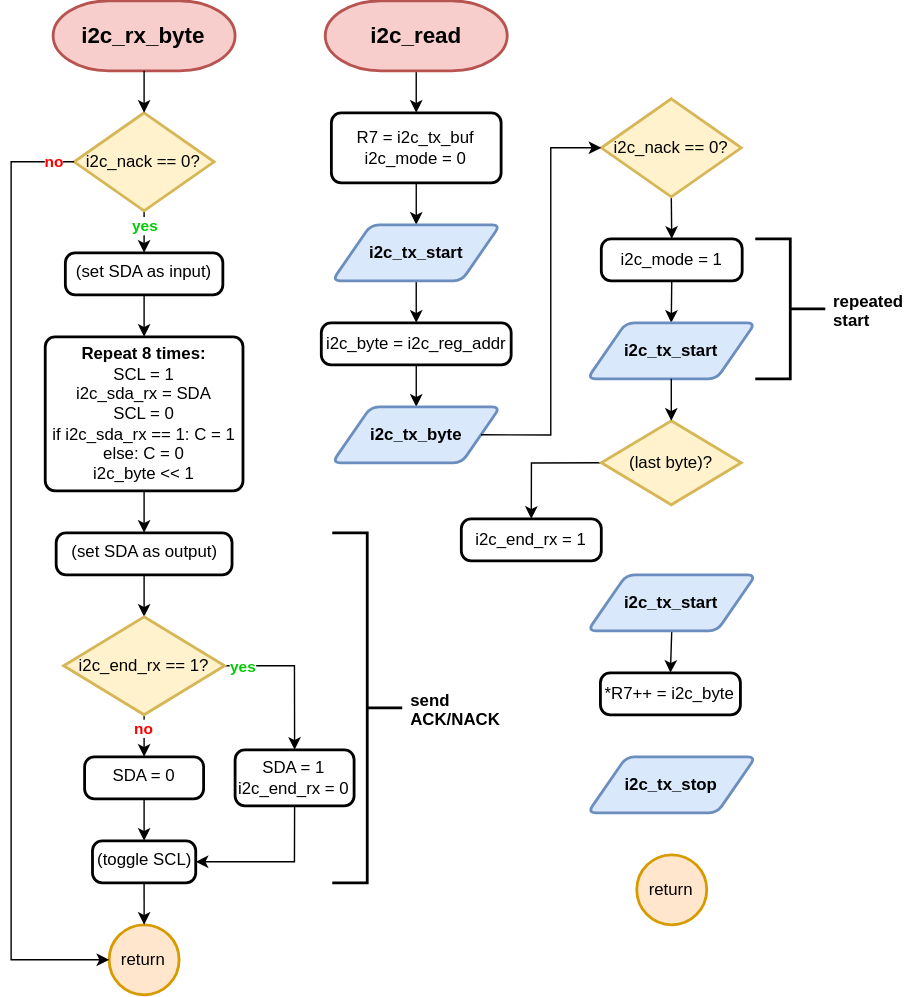
rdupu13/gortos keeps this draw.io diagram as docs/assets/i2cbb_flowchart3.svg. Above is the earlier version. Source tidied: cells renumbered, new cells last; positions are measured from the earlier drawing's top-left corner, leaving out a move shared by most shapes.
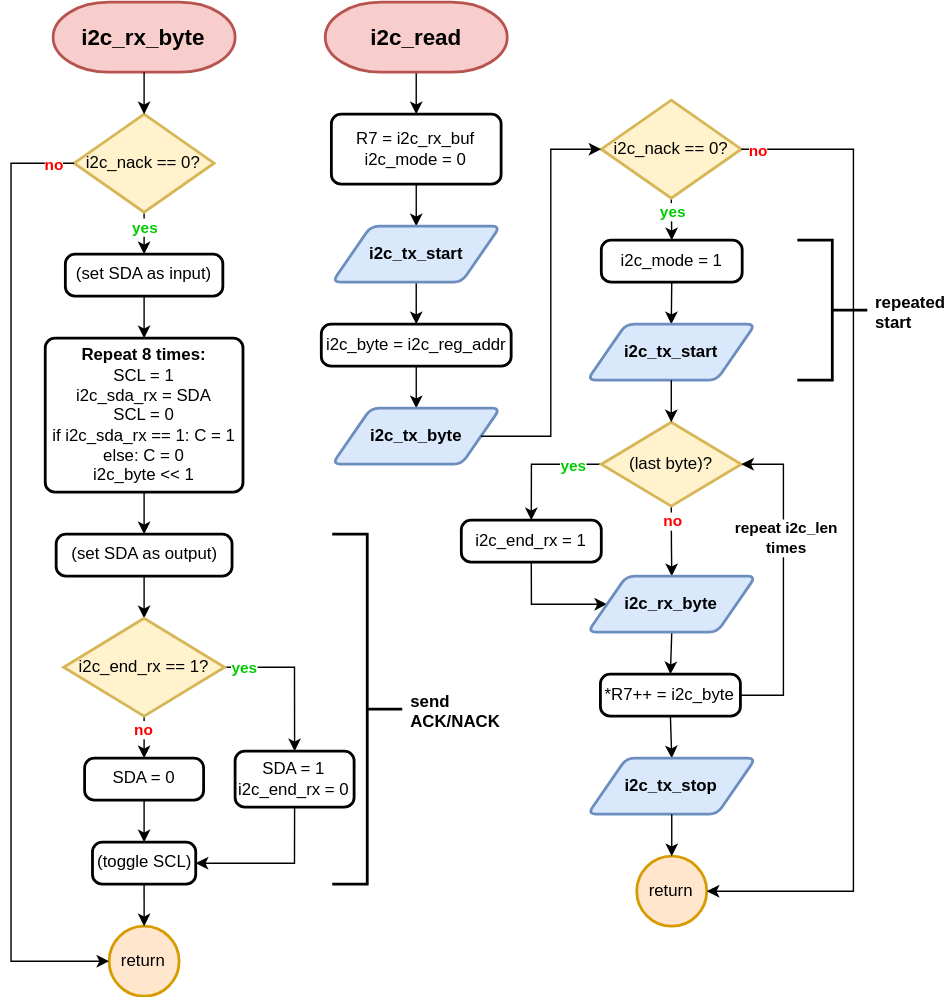
After the change.

Commit message:
fixed stupid flowchart

What changed in the source:
```diff
@@ -97,7 +97,7 @@
     <mxCell id="29" style="edgeStyle=orthogonalEdgeStyle;rounded=0;jettySize=auto;html=1;exitX=0.5;exitY=1;exitDx=0;exitDy=0;entryX=0.5;entryY=0;entryDx=0;entryDy=0;" parent="1" edge="1" source="30" target="32">
       <mxGeometry relative="1" as="geometry" />
     </mxCell>
-    <mxCell id="30" value="R7 = i2c_tx_buf&lt;br&gt;i2c_mode = 0" style="rounded=1;whiteSpace=wrap;html=1;absoluteArcSize=1;arcSize=14;strokeWidth=2;verticalAlign=middle;align=center;" parent="1" vertex="1">
+    <mxCell id="30" value="R7 = i2c_rx_buf&lt;br&gt;i2c_mode = 0" style="rounded=1;whiteSpace=wrap;html=1;absoluteArcSize=1;arcSize=14;strokeWidth=2;verticalAlign=middle;align=center;" parent="1" vertex="1">
       <mxGeometry x="229.2" y="80" width="121.2" height="50" as="geometry" />
     </mxCell>
     <mxCell id="31" style="edgeStyle=orthogonalEdgeStyle;rounded=0;jettySize=auto;html=1;exitX=0.5;exitY=1;exitDx=0;exitDy=0;entryX=0.5;entryY=0;entryDx=0;entryDy=0;" parent="1" edge="1" source="32" target="34">
@@ -115,62 +115,117 @@
     <mxCell id="35" value="i2c_tx_byte" style="shape=parallelogram;html=1;strokeWidth=2;perimeter=parallelogramPerimeter;whiteSpace=wrap;rounded=1;arcSize=12;size=0.23;fontStyle=1;fillColor=#dae8fc;strokeColor=#6c8ebf;" parent="1" vertex="1">
       <mxGeometry x="229.8" y="290" width="120" height="40" as="geometry" />
     </mxCell>
-    <mxCell id="36" style="edgeStyle=orthogonalEdgeStyle;rounded=0;jettySize=auto;html=1;exitX=0.5;exitY=1;exitDx=0;exitDy=0;exitPerimeter=0;entryX=0.5;entryY=0;entryDx=0;entryDy=0;" parent="1" edge="1" source="37" target="39">
+    <mxCell id="36" style="edgeStyle=orthogonalEdgeStyle;rounded=0;jettySize=auto;html=1;exitX=0.5;exitY=1;exitDx=0;exitDy=0;exitPerimeter=0;entryX=0.5;entryY=0;entryDx=0;entryDy=0;" parent="1" edge="1" source="38" target="40">
       <mxGeometry relative="1" as="geometry" />
     </mxCell>
-    <mxCell id="37" value="i2c_nack == 0?" style="strokeWidth=2;html=1;shape=mxgraph.flowchart.decision;whiteSpace=wrap;fillColor=#fff2cc;strokeColor=#d6b656;" parent="1" vertex="1">
-      <mxGeometry x="422" y="70" width="100" height="70" as="geometry" />
+    <mxCell id="37" value="&lt;b&gt;&lt;font style=&quot;color: rgb(0, 204, 0);&quot;&gt;yes&lt;/font&gt;&lt;/b&gt;" style="edgeLabel;html=1;align=center;verticalAlign=middle;points=[];" parent="36" vertex="1">
+      <mxGeometry x="-0.49" y="2" relative="1" as="geometry">
+        <mxPoint x="-2" y="2" as="offset" />
+      </mxGeometry>
     </mxCell>
-    <mxCell id="38" style="edgeStyle=orthogonalEdgeStyle;rounded=0;jettySize=auto;html=1;exitX=0.5;exitY=1;exitDx=0;exitDy=0;entryX=0.5;entryY=0;entryDx=0;entryDy=0;" parent="1" edge="1" source="39" target="40">
-      <mxGeometry relative="1" as="geometry" />
+    <mxCell id="38" value="i2c_nack == 0?" style="strokeWidth=2;html=1;shape=mxgraph.flowchart.decision;whiteSpace=wrap;fillColor=#fff2cc;strokeColor=#d6b656;" parent="1" vertex="1">
+      <mxGeometry x="422" y="70" width="100" height="70" as="geometry" />
     </mxCell>
-    <mxCell id="39" value="i2c_mode = 1" style="rounded=1;whiteSpace=wrap;html=1;absoluteArcSize=1;arcSize=14;strokeWidth=2;verticalAlign=middle;align=center;" parent="1" vertex="1">
-      <mxGeometry x="422" y="170" width="100.6" height="30" as="geometry" />
+    <mxCell id="39" style="edgeStyle=orthogonalEdgeStyle;rounded=0;jettySize=auto;html=1;exitX=0.5;exitY=1;exitDx=0;exitDy=0;entryX=0.5;entryY=0;entryDx=0;entryDy=0;" parent="1" edge="1" source="40" target="41">
+      <mxGeometry relative="1" as="geometry" />
     </mxCell>
-    <mxCell id="40" value="i2c_tx_start" style="shape=parallelogram;html=1;strokeWidth=2;perimeter=parallelogramPerimeter;whiteSpace=wrap;rounded=1;arcSize=12;size=0.23;fontStyle=1;fillColor=#dae8fc;strokeColor=#6c8ebf;" parent="1" vertex="1">
-      <mxGeometry x="412" y="230" width="120" height="40" as="geometry" />
+    <mxCell id="40" value="i2c_mode = 1" style="rounded=1;whiteSpace=wrap;html=1;absoluteArcSize=1;arcSize=14;strokeWidth=2;verticalAlign=middle;align=center;" parent="1" vertex="1">
+      <mxGeometry x="422" y="170" width="100.6" height="30" as="geometry" />
     </mxCell>
-    <mxCell id="41" style="edgeStyle=orthogonalEdgeStyle;rounded=0;jettySize=auto;html=1;exitX=1;exitY=0.5;exitDx=0;exitDy=0;entryX=0;entryY=0.5;entryDx=0;entryDy=0;entryPerimeter=0;" parent="1" edge="1" source="35" target="37">
-      <mxGeometry relative="1" as="geometry" />
+    <mxCell id="41" value="i2c_tx_start" style="shape=parallelogram;html=1;strokeWidth=2;perimeter=parallelogramPerimeter;whiteSpace=wrap;rounded=1;arcSize=12;size=0.23;fontStyle=1;fillColor=#dae8fc;strokeColor=#6c8ebf;" parent="1" vertex="1">
+      <mxGeometry x="412" y="230" width="120" height="40" as="geometry" />
     </mxCell>
-    <mxCell id="42" style="edgeStyle=orthogonalEdgeStyle;rounded=0;jettySize=auto;html=1;exitX=0;exitY=0.5;exitDx=0;exitDy=0;exitPerimeter=0;entryX=0.5;entryY=0;entryDx=0;entryDy=0;" parent="1" edge="1" source="43" target="46">
+    <mxCell id="42" style="edgeStyle=orthogonalEdgeStyle;rounded=0;jettySize=auto;html=1;exitX=1;exitY=0.5;exitDx=0;exitDy=0;entryX=0;entryY=0.5;entryDx=0;entryDy=0;entryPerimeter=0;" parent="1" edge="1" source="35" target="38">
       <mxGeometry relative="1" as="geometry" />
     </mxCell>
-    <mxCell id="43" value="(last byte)?" style="strokeWidth=2;html=1;shape=mxgraph.flowchart.decision;whiteSpace=wrap;fillColor=#fff2cc;strokeColor=#d6b656;" parent="1" vertex="1">
-      <mxGeometry x="422" y="300" width="100" height="60" as="geometry" />
+    <mxCell id="43" style="edgeStyle=orthogonalEdgeStyle;rounded=0;jettySize=auto;html=1;exitX=0;exitY=0.5;exitDx=0;exitDy=0;exitPerimeter=0;entryX=0.5;entryY=0;entryDx=0;entryDy=0;" parent="1" edge="1" source="47" target="51">
+      <mxGeometry relative="1" as="geometry" />
     </mxCell>
-    <mxCell id="44" value="return" style="strokeWidth=2;html=1;shape=mxgraph.flowchart.start_2;whiteSpace=wrap;fillColor=#ffe6cc;strokeColor=#d79b00;" parent="1" vertex="1">
-      <mxGeometry x="447.3" y="610" width="50" height="50" as="geometry" />
+    <mxCell id="44" value="&lt;b&gt;yes&lt;/b&gt;" style="edgeLabel;html=1;align=center;verticalAlign=middle;fontColor=#00CC00;" parent="43" vertex="1">
+      <mxGeometry x="-0.77" y="2" relative="1" as="geometry">
+        <mxPoint x="-10" y="-2" as="offset" />
+      </mxGeometry>
     </mxCell>
-    <mxCell id="45" style="edgeStyle=orthogonalEdgeStyle;rounded=0;jettySize=auto;html=1;exitX=0.5;exitY=1;exitDx=0;exitDy=0;entryX=0.5;entryY=0;entryDx=0;entryDy=0;entryPerimeter=0;" parent="1" edge="1" source="40" target="43">
+    <mxCell id="45" style="edgeStyle=orthogonalEdgeStyle;rounded=0;jettySize=auto;html=1;exitX=0.5;exitY=1;exitDx=0;exitDy=0;exitPerimeter=0;entryX=0.5;entryY=0;entryDx=0;entryDy=0;" parent="1" edge="1" source="47" target="55">
       <mxGeometry relative="1" as="geometry" />
     </mxCell>
-    <mxCell id="46" value="i2c_end_rx = 1" style="rounded=1;whiteSpace=wrap;html=1;absoluteArcSize=1;arcSize=14;strokeWidth=2;verticalAlign=middle;align=center;" parent="1" vertex="1">
-      <mxGeometry x="322" y="370" width="100" height="30" as="geometry" />
+    <mxCell id="46" value="&lt;b&gt;no&lt;/b&gt;" style="edgeLabel;html=1;align=center;verticalAlign=middle;points=[];fontColor=#FF0000;" parent="45" vertex="1">
+      <mxGeometry x="-0.4" y="2" relative="1" as="geometry">
+        <mxPoint x="-2" y="-5" as="offset" />
+      </mxGeometry>
     </mxCell>
-    <mxCell id="47" value="*R7++ = i2c_byte" style="rounded=1;whiteSpace=wrap;html=1;absoluteArcSize=1;arcSize=14;strokeWidth=2;verticalAlign=middle;align=center;" parent="1" vertex="1">
-      <mxGeometry x="421.4" y="480" width="100" height="30" as="geometry" />
+    <mxCell id="47" value="(last byte)?" style="strokeWidth=2;html=1;shape=mxgraph.flowchart.decision;whiteSpace=wrap;fillColor=#fff2cc;strokeColor=#d6b656;" parent="1" vertex="1">
+      <mxGeometry x="422" y="300" width="100" height="60" as="geometry" />
     </mxCell>
-    <mxCell id="48" style="edgeStyle=orthogonalEdgeStyle;rounded=0;jettySize=auto;html=1;exitX=0.5;exitY=1;exitDx=0;exitDy=0;entryX=0.5;entryY=0;entryDx=0;entryDy=0;" parent="1" edge="1" source="49" target="47">
-      <mxGeometry relative="1" as="geometry" />
+    <mxCell id="48" value="return" style="strokeWidth=2;html=1;shape=mxgraph.flowchart.start_2;whiteSpace=wrap;fillColor=#ffe6cc;strokeColor=#d79b00;" parent="1" vertex="1">
+      <mxGeometry x="447.3" y="610" width="50" height="50" as="geometry" />
     </mxCell>
-    <mxCell id="49" value="i2c_tx_start" style="shape=parallelogram;html=1;strokeWidth=2;perimeter=parallelogramPerimeter;whiteSpace=wrap;rounded=1;arcSize=12;size=0.23;fontStyle=1;fillColor=#dae8fc;strokeColor=#6c8ebf;" parent="1" vertex="1">
-      <mxGeometry x="412.3" y="410" width="120" height="40" as="geometry" />
+    <mxCell id="49" style="edgeStyle=orthogonalEdgeStyle;rounded=0;jettySize=auto;html=1;exitX=0.5;exitY=1;exitDx=0;exitDy=0;entryX=0.5;entryY=0;entryDx=0;entryDy=0;entryPerimeter=0;" parent="1" edge="1" source="41" target="47">
+      <mxGeometry relative="1" as="geometry" />
     </mxCell>
-    <mxCell id="50" value="i2c_tx_stop" style="shape=parallelogram;html=1;strokeWidth=2;perimeter=parallelogramPerimeter;whiteSpace=wrap;rounded=1;arcSize=12;size=0.23;fontStyle=1;fillColor=#dae8fc;strokeColor=#6c8ebf;" parent="1" vertex="1">
-      <mxGeometry x="412.3" y="540" width="120" height="40" as="geometry" />
+    <mxCell id="50" style="edgeStyle=orthogonalEdgeStyle;rounded=0;jettySize=auto;html=1;exitX=0.5;exitY=1;exitDx=0;exitDy=0;entryX=0;entryY=0.5;entryDx=0;entryDy=0;" parent="1" edge="1" source="51" target="55">
+      <mxGeometry relative="1" as="geometry">
+        <Array as="points">
+          <mxPoint x="372" y="430" />
+        </Array>
+      </mxGeometry>
     </mxCell>
-    <mxCell id="51" style="strokeWidth=2;html=1;shape=mxgraph.flowchart.annotation_2;align=left;labelPosition=right;rotation=-180;" parent="1" vertex="1">
-      <mxGeometry x="532" y="170" width="50" height="100" as="geometry" />
+    <mxCell id="51" value="i2c_end_rx = 1" style="rounded=1;whiteSpace=wrap;html=1;absoluteArcSize=1;arcSize=14;strokeWidth=2;verticalAlign=middle;align=center;" parent="1" vertex="1">
+      <mxGeometry x="322" y="370" width="100" height="30" as="geometry" />
     </mxCell>
-    <mxCell id="52" value="repeated start" style="text;strokeColor=none;fillColor=none;align=left;verticalAlign=middle;spacingLeft=4;spacingRight=4;overflow=hidden;whiteSpace=wrap;html=1;fontStyle=1;" parent="1" vertex="1">
-      <mxGeometry x="582" y="205" width="60" height="30" as="geometry" />
+    <mxCell id="52" style="edgeStyle=orthogonalEdgeStyle;rounded=0;jettySize=auto;html=1;exitX=0.5;exitY=1;exitDx=0;exitDy=0;entryX=0.5;entryY=0;entryDx=0;entryDy=0;" parent="1" edge="1" source="53" target="56">
+      <mxGeometry relative="1" as="geometry" />
     </mxCell>
-    <mxCell id="53" style="strokeWidth=2;html=1;shape=mxgraph.flowchart.annotation_2;align=left;labelPosition=right;rotation=-180;" parent="1" vertex="1">
-      <mxGeometry x="229.8" y="380" width="50" height="250" as="geometry" />
+    <mxCell id="53" value="*R7++ = i2c_byte" style="rounded=1;whiteSpace=wrap;html=1;absoluteArcSize=1;arcSize=14;strokeWidth=2;verticalAlign=middle;align=center;" parent="1" vertex="1">
+      <mxGeometry x="421.4" y="480" width="100" height="30" as="geometry" />
     </mxCell>
-    <mxCell id="54" value="send ACK/NACK" style="text;strokeColor=none;fillColor=none;align=left;verticalAlign=middle;spacingLeft=4;spacingRight=4;overflow=hidden;whiteSpace=wrap;html=1;fontStyle=1;" parent="1" vertex="1">
-      <mxGeometry x="279.8" y="490" width="82.2" height="30" as="geometry" />
+    <mxCell id="54" style="edgeStyle=orthogonalEdgeStyle;rounded=0;jettySize=auto;html=1;exitX=0.5;exitY=1;exitDx=0;exitDy=0;entryX=0.5;entryY=0;entryDx=0;entryDy=0;" parent="1" edge="1" source="55" target="53">
+      <mxGeometry relative="1" as="geometry" />
     </mxCell>
+    <mxCell id="55" value="i2c_rx_byte" style="shape=parallelogram;html=1;strokeWidth=2;perimeter=parallelogramPerimeter;whiteSpace=wrap;rounded=1;arcSize=12;size=0.23;fontStyle=1;fillColor=#dae8fc;strokeColor=#6c8ebf;" parent="1" vertex="1">
+      <mxGeometry x="412.3" y="410" width="120" height="40" as="geometry" />
+    </mxCell>
+    <mxCell id="56" value="i2c_tx_stop" style="shape=parallelogram;html=1;strokeWidth=2;perimeter=parallelogramPerimeter;whiteSpace=wrap;rounded=1;arcSize=12;size=0.23;fontStyle=1;fillColor=#dae8fc;strokeColor=#6c8ebf;" parent="1" vertex="1">
+      <mxGeometry x="412.3" y="540" width="120" height="40" as="geometry" />
+    </mxCell>
+    <mxCell id="57" style="strokeWidth=2;html=1;shape=mxgraph.flowchart.annotation_2;align=left;labelPosition=right;rotation=-180;" parent="1" vertex="1">
+      <mxGeometry x="562" y="170" width="50" height="100" as="geometry" />
+    </mxCell>
+    <mxCell id="58" value="repeated start" style="text;strokeColor=none;fillColor=none;align=left;verticalAlign=middle;spacingLeft=4;spacingRight=4;overflow=hidden;whiteSpace=wrap;html=1;fontStyle=1;" parent="1" vertex="1">
+      <mxGeometry x="612" y="205" width="60" height="30" as="geometry" />
+    </mxCell>
+    <mxCell id="59" style="strokeWidth=2;html=1;shape=mxgraph.flowchart.annotation_2;align=left;labelPosition=right;rotation=-180;" parent="1" vertex="1">
+      <mxGeometry x="229.8" y="380" width="50" height="250" as="geometry" />
+    </mxCell>
+    <mxCell id="60" value="send ACK/NACK" style="text;strokeColor=none;fillColor=none;align=left;verticalAlign=middle;spacingLeft=4;spacingRight=4;overflow=hidden;whiteSpace=wrap;html=1;fontStyle=1;" parent="1" vertex="1">
+      <mxGeometry x="279.8" y="490" width="82.2" height="30" as="geometry" />
+    </mxCell>
+    <mxCell id="61" style="edgeStyle=orthogonalEdgeStyle;rounded=0;jettySize=auto;html=1;exitX=0.5;exitY=1;exitDx=0;exitDy=0;entryX=0.5;entryY=0;entryDx=0;entryDy=0;entryPerimeter=0;" parent="1" edge="1" source="56" target="48">
+      <mxGeometry relative="1" as="geometry" />
+    </mxCell>
+    <mxCell id="62" style="edgeStyle=orthogonalEdgeStyle;rounded=0;jettySize=auto;html=1;exitX=1;exitY=0.5;exitDx=0;exitDy=0;entryX=1;entryY=0.5;entryDx=0;entryDy=0;entryPerimeter=0;" parent="1" edge="1" source="53" target="47">
+      <mxGeometry relative="1" as="geometry">
+        <Array as="points">
+          <mxPoint x="552" y="495" />
+          <mxPoint x="552" y="330" />
+        </Array>
+      </mxGeometry>
+    </mxCell>
+    <mxCell id="63" value="&lt;b&gt;repeat i2c_len&lt;br&gt;times&lt;/b&gt;" style="edgeLabel;html=1;align=center;verticalAlign=middle;" parent="62" vertex="1">
+      <mxGeometry x="0.27" y="-1" relative="1" as="geometry" />
+    </mxCell>
+    <mxCell id="64" style="edgeStyle=orthogonalEdgeStyle;rounded=0;jettySize=auto;html=1;exitX=1;exitY=0.5;exitDx=0;exitDy=0;exitPerimeter=0;entryX=1;entryY=0.5;entryDx=0;entryDy=0;entryPerimeter=0;" parent="1" edge="1" source="38" target="48">
+      <mxGeometry relative="1" as="geometry">
+        <Array as="points">
+          <mxPoint x="602" y="105" />
+          <mxPoint x="602" y="635" />
+        </Array>
+      </mxGeometry>
+    </mxCell>
+    <mxCell id="65" value="&lt;b&gt;no&lt;/b&gt;" style="edgeLabel;html=1;align=center;verticalAlign=middle;fontColor=#FF0000;" parent="64" vertex="1">
+      <mxGeometry x="-0.88" y="3" relative="1" as="geometry">
+        <mxPoint x="-32" y="3" as="offset" />
+      </mxGeometry>
+    </mxCell>
   </root>
 </mxGraphModel>
```
